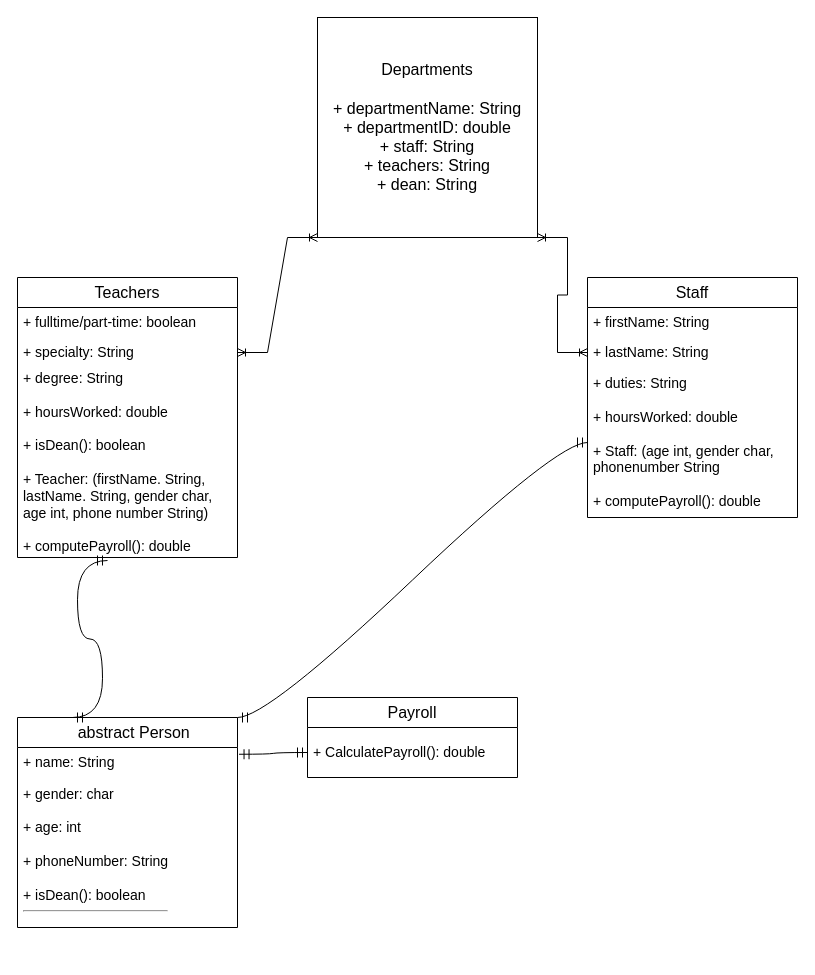
This is Untitled Diagram.drawio from deadmau55555/PC2-Project---Dominc-Read-Prasan, a draw.io file, before an edit. Source tidied: cells renumbered, new cells numbered last; positions are measured from the earlier drawing's top-left corner, leaving out a move shared by most shapes. Both pictures are drawn from the tidied source at 100%, with x=0, y=0 at pixel (17, 17).
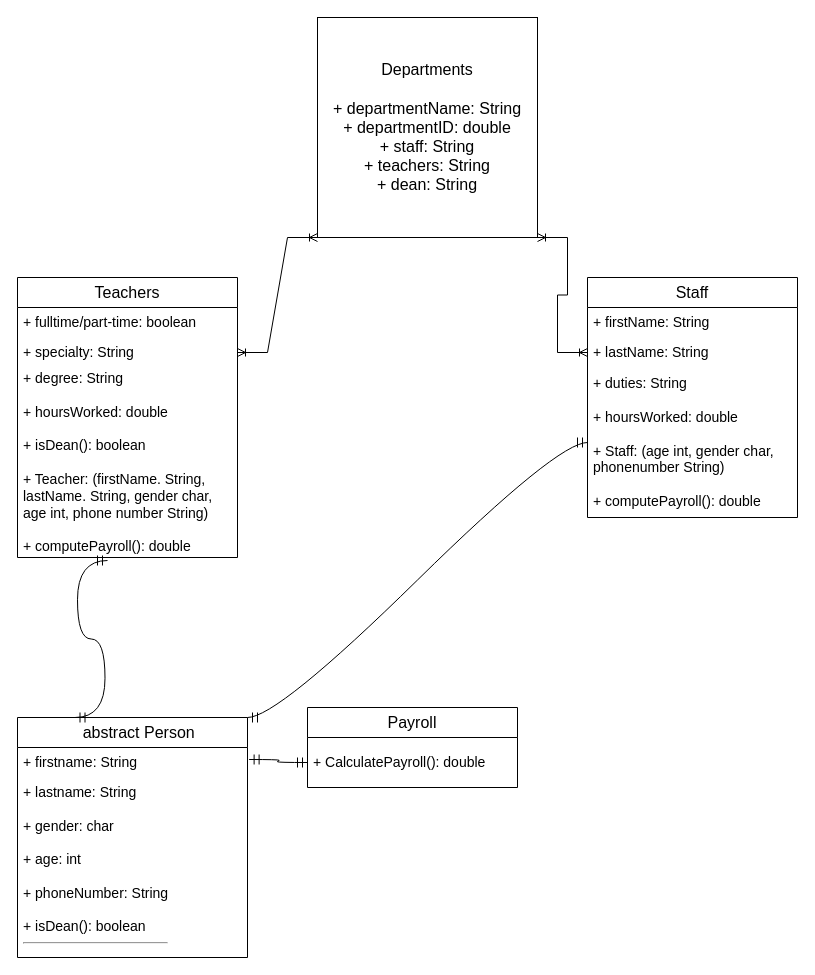
The same diagram, later.

Unchanged cells that the change refers to:
```xml
<mxCell id="8" value="&lt;font style=&quot;font-size: 16px;&quot;&gt;Staff&lt;/font&gt;" style="swimlane;fontStyle=0;horizontal=1;startSize=30;whiteSpace=wrap;html=1;" parent="1" vertex="1">
  <mxGeometry x="570" y="260" width="210" height="240" as="geometry" />
</mxCell>
```

What changed in the source:
```diff
@@
-    <mxCell id="11" value="+ duties: String&lt;br style=&quot;font-size: 14px;&quot;&gt;&lt;br style=&quot;font-size: 14px;&quot;&gt;+ hoursWorked: double&lt;br&gt;&lt;br&gt;+ Staff: (age int, gender char, phonenumber String&lt;br style=&quot;font-size: 14px;&quot;&gt;&lt;br style=&quot;font-size: 14px;&quot;&gt;+ computePayroll(): double" style="text;strokeColor=none;fillColor=none;align=left;verticalAlign=middle;spacingLeft=4;spacingRight=4;overflow=hidden;points=[[0,0.5],[1,0.5]];portConstraint=eastwest;whiteSpace=wrap;html=1;fontSize=14;" parent="8" vertex="1">
+    <mxCell id="11" value="+ duties: String&lt;br style=&quot;font-size: 14px;&quot;&gt;&lt;br style=&quot;font-size: 14px;&quot;&gt;+ hoursWorked: double&lt;br&gt;&lt;br&gt;+ Staff: (age int, gender char, phonenumber String)&lt;br style=&quot;font-size: 14px;&quot;&gt;&lt;br style=&quot;font-size: 14px;&quot;&gt;+ computePayroll(): double" style="text;strokeColor=none;fillColor=none;align=left;verticalAlign=middle;spacingLeft=4;spacingRight=4;overflow=hidden;points=[[0,0.5],[1,0.5]];portConstraint=eastwest;whiteSpace=wrap;html=1;fontSize=14;" parent="8" vertex="1">
       <mxGeometry y="90" width="210" height="150" as="geometry" />
     </mxCell>
@@
     <mxCell id="13" value="&amp;nbsp; &amp;nbsp; abstract Person&lt;span style=&quot;white-space: pre;&quot;&gt; &lt;/span&gt;" style="swimlane;fontStyle=0;horizontal=1;startSize=30;whiteSpace=wrap;html=1;fontSize=16;" parent="1" vertex="1">
-      <mxGeometry y="700" width="220" height="210" as="geometry" />
+      <mxGeometry y="700" width="230" height="240" as="geometry" />
     </mxCell>
-    <mxCell id="14" value="+ name: String" style="text;strokeColor=none;fillColor=none;align=left;verticalAlign=middle;spacingLeft=4;spacingRight=4;overflow=hidden;whiteSpace=wrap;html=1;fontSize=14;" parent="13" vertex="1">
-      <mxGeometry y="30" width="220" height="30" as="geometry" />
+    <mxCell id="14" value="+ firstname: String" style="text;strokeColor=none;fillColor=none;align=left;verticalAlign=middle;spacingLeft=4;spacingRight=4;overflow=hidden;whiteSpace=wrap;html=1;fontSize=14;" parent="13" vertex="1">
+      <mxGeometry y="30" width="230" height="30" as="geometry" />
     </mxCell>
-    <mxCell id="15" value="+ gender: char&lt;br&gt;&lt;br&gt;+ age: int&lt;br&gt;&lt;br&gt;+ phoneNumber: String&lt;br&gt;&lt;br&gt;+ isDean(): boolean&lt;br&gt;&lt;hr&gt;" style="text;strokeColor=none;fillColor=none;align=left;verticalAlign=middle;spacingLeft=4;spacingRight=4;overflow=hidden;whiteSpace=wrap;html=1;fontSize=14;" parent="13" vertex="1">
-      <mxGeometry y="60" width="220" height="150" as="geometry" />
+    <mxCell id="15" value="+ lastname: String&lt;br&gt;&lt;br&gt;+ gender: char&lt;br&gt;&lt;br&gt;+ age: int&lt;br&gt;&lt;br&gt;+ phoneNumber: String&lt;br&gt;&lt;br&gt;+ isDean(): boolean&lt;br&gt;&lt;hr&gt;" style="text;strokeColor=none;fillColor=none;align=left;verticalAlign=middle;spacingLeft=4;spacingRight=4;overflow=hidden;whiteSpace=wrap;html=1;fontSize=14;" parent="13" vertex="1">
+      <mxGeometry y="60" width="230" height="180" as="geometry" />
     </mxCell>
     <mxCell id="16" value="Payroll" style="swimlane;fontStyle=0;horizontal=1;startSize=30;whiteSpace=wrap;html=1;fontSize=16;" parent="1" vertex="1">
-      <mxGeometry x="290" y="680" width="210" height="80" as="geometry" />
+      <mxGeometry x="290" y="690" width="210" height="80" as="geometry" />
     </mxCell>
```
